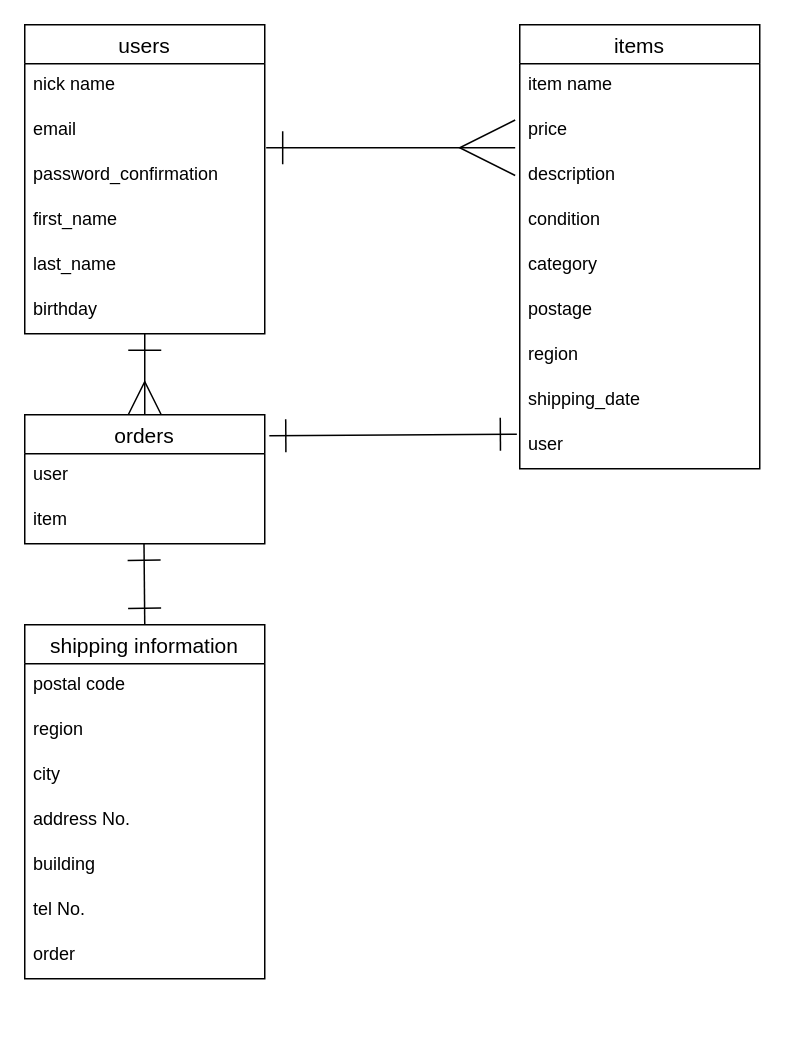
Above: ER.dio in TETSU-A7240/furima-39207 (draw.io), before the change. Source tidied: cells renumbered, new cells numbered last; positions are measured from the earlier drawing's top-left corner, leaving out a move shared by most shapes. Both pictures are drawn from the tidied source at 150%, with x=0, y=0 at pixel (24, 24).
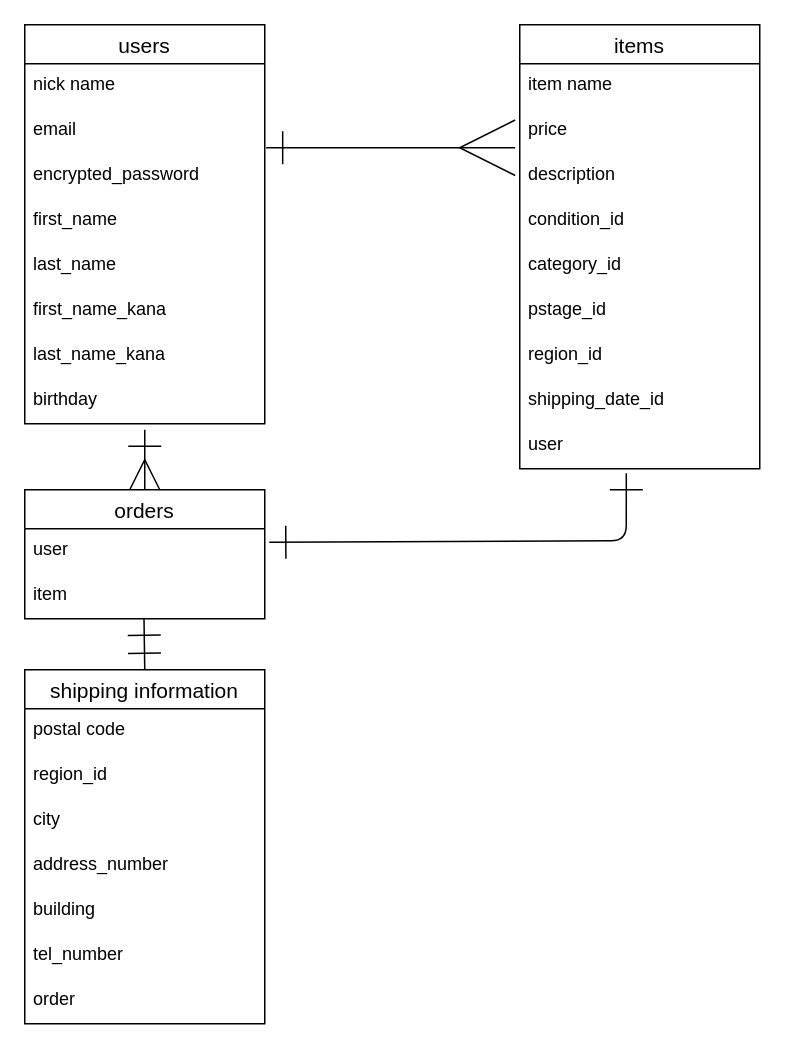
The same diagram, later.

Commit message (it also covers changes not shown here):
データベース設計再修正

Unchanged cells that the change refers to:
```xml
<mxCell id="9" value="items" style="swimlane;fontStyle=0;horizontal=1;startSize=26;align=center;fontSize=14;" parent="1" vertex="1">
  <mxGeometry x="330" width="160" height="296" as="geometry" />
</mxCell>
<mxCell id="18" value="user" style="text;strokeColor=none;fillColor=none;spacingLeft=4;spacingRight=4;overflow=hidden;points=[[0,0.5],[1,0.5]];portConstraint=eastwest;fontSize=12;" parent="9" vertex="1">
  <mxGeometry y="266" width="160" height="30" as="geometry" />
</mxCell>
<mxCell id="30" value="user" style="text;strokeColor=none;fillColor=none;spacingLeft=4;spacingRight=4;overflow=hidden;points=[[0,0.5],[1,0.5]];portConstraint=eastwest;fontSize=12;" parent="29" vertex="1">
  <mxGeometry y="26" width="160" height="30" as="geometry" />
</mxCell>
```

Diff of the diagram source:
```diff
@@
     <mxCell id="2" value="users" style="swimlane;fontStyle=0;horizontal=1;startSize=26;align=center;fontSize=14;" parent="1" vertex="1">
-      <mxGeometry width="160" height="206" as="geometry" />
+      <mxGeometry width="160" height="266" as="geometry" />
     </mxCell>
@@
-    <mxCell id="5" value="password_confirmation" style="text;strokeColor=none;fillColor=none;spacingLeft=4;spacingRight=4;overflow=hidden;points=[[0,0.5],[1,0.5]];portConstraint=eastwest;fontSize=12;" parent="2" vertex="1">
+    <mxCell id="5" value="encrypted_password" style="text;strokeColor=none;fillColor=none;spacingLeft=4;spacingRight=4;overflow=hidden;points=[[0,0.5],[1,0.5]];portConstraint=eastwest;fontSize=12;" parent="2" vertex="1">
       <mxGeometry y="86" width="160" height="30" as="geometry" />
     </mxCell>
@@
+    <mxCell id="34" value="first_name_kana" style="text;strokeColor=none;fillColor=none;spacingLeft=4;spacingRight=4;overflow=hidden;fontSize=12;" parent="2" vertex="1">
+      <mxGeometry y="176" width="160" height="30" as="geometry" />
+    </mxCell>
+    <mxCell id="35" value="last_name_kana" style="text;strokeColor=none;fillColor=none;spacingLeft=4;spacingRight=4;overflow=hidden;fontSize=12;" parent="2" vertex="1">
+      <mxGeometry y="206" width="160" height="30" as="geometry" />
+    </mxCell>
     <mxCell id="8" value="birthday" style="text;strokeColor=none;fillColor=none;spacingLeft=4;spacingRight=4;overflow=hidden;points=[[0,0.5],[1,0.5]];portConstraint=eastwest;fontSize=12;" parent="2" vertex="1">
-      <mxGeometry y="176" width="160" height="30" as="geometry" />
+      <mxGeometry y="236" width="160" height="30" as="geometry" />
     </mxCell>
@@
-    <mxCell id="13" value="condition" style="text;strokeColor=none;fillColor=none;spacingLeft=4;spacingRight=4;overflow=hidden;fontSize=12;" parent="9" vertex="1">
+    <mxCell id="13" value="condition_id" style="text;strokeColor=none;fillColor=none;spacingLeft=4;spacingRight=4;overflow=hidden;fontSize=12;" parent="9" vertex="1">
       <mxGeometry y="116" width="160" height="30" as="geometry" />
     </mxCell>
-    <mxCell id="14" value="category" style="text;strokeColor=none;fillColor=none;spacingLeft=4;spacingRight=4;overflow=hidden;fontSize=12;" parent="9" vertex="1">
+    <mxCell id="14" value="category_id" style="text;strokeColor=none;fillColor=none;spacingLeft=4;spacingRight=4;overflow=hidden;fontSize=12;" parent="9" vertex="1">
       <mxGeometry y="146" width="160" height="30" as="geometry" />
     </mxCell>
-    <mxCell id="15" value="postage" style="text;strokeColor=none;fillColor=none;spacingLeft=4;spacingRight=4;overflow=hidden;fontSize=12;" parent="9" vertex="1">
+    <mxCell id="15" value="pstage_id" style="text;strokeColor=none;fillColor=none;spacingLeft=4;spacingRight=4;overflow=hidden;fontSize=12;" parent="9" vertex="1">
       <mxGeometry y="176" width="160" height="30" as="geometry" />
     </mxCell>
-    <mxCell id="16" value="region" style="text;strokeColor=none;fillColor=none;spacingLeft=4;spacingRight=4;overflow=hidden;fontSize=12;" parent="9" vertex="1">
+    <mxCell id="16" value="region_id" style="text;strokeColor=none;fillColor=none;spacingLeft=4;spacingRight=4;overflow=hidden;fontSize=12;" parent="9" vertex="1">
       <mxGeometry y="206" width="160" height="30" as="geometry" />
     </mxCell>
-    <mxCell id="17" value="shipping_date" style="text;strokeColor=none;fillColor=none;spacingLeft=4;spacingRight=4;overflow=hidden;fontSize=12;" parent="9" vertex="1">
+    <mxCell id="17" value="shipping_date_id" style="text;strokeColor=none;fillColor=none;spacingLeft=4;spacingRight=4;overflow=hidden;fontSize=12;" parent="9" vertex="1">
       <mxGeometry y="236" width="160" height="30" as="geometry" />
     </mxCell>
@@
     <mxCell id="19" value="shipping information" style="swimlane;fontStyle=0;horizontal=1;startSize=26;align=center;fontSize=14;" parent="1" vertex="1">
-      <mxGeometry y="400" width="160" height="236" as="geometry" />
+      <mxGeometry y="430" width="160" height="236" as="geometry" />
     </mxCell>
@@
-    <mxCell id="21" value="region" style="text;strokeColor=none;fillColor=none;spacingLeft=4;spacingRight=4;overflow=hidden;fontSize=12;" parent="19" vertex="1">
+    <mxCell id="21" value="region_id" style="text;strokeColor=none;fillColor=none;spacingLeft=4;spacingRight=4;overflow=hidden;fontSize=12;" parent="19" vertex="1">
       <mxGeometry y="56" width="160" height="30" as="geometry" />
     </mxCell>
@@
-    <mxCell id="23" value="address No." style="text;strokeColor=none;fillColor=none;spacingLeft=4;spacingRight=4;overflow=hidden;fontSize=12;" parent="19" vertex="1">
+    <mxCell id="23" value="address_number" style="text;strokeColor=none;fillColor=none;spacingLeft=4;spacingRight=4;overflow=hidden;fontSize=12;" parent="19" vertex="1">
       <mxGeometry y="116" width="160" height="30" as="geometry" />
     </mxCell>
@@
-    <mxCell id="25" value="tel No." style="text;strokeColor=none;fillColor=none;spacingLeft=4;spacingRight=4;overflow=hidden;fontSize=12;" parent="19" vertex="1">
+    <mxCell id="25" value="tel_number" style="text;strokeColor=none;fillColor=none;spacingLeft=4;spacingRight=4;overflow=hidden;fontSize=12;" parent="19" vertex="1">
       <mxGeometry y="176" width="160" height="30" as="geometry" />
     </mxCell>
@@
-    <mxCell id="28" style="edgeStyle=none;html=1;strokeColor=default;startArrow=ERone;startFill=0;endArrow=ERone;endFill=0;startSize=20;endSize=20;entryX=1.019;entryY=0.163;entryDx=0;entryDy=0;exitX=-0.012;exitY=0.233;exitDx=0;exitDy=0;exitPerimeter=0;entryPerimeter=0;" parent="1" edge="1" source="18" target="29">
-      <mxGeometry relative="1" as="geometry" />
+    <mxCell id="28" style="edgeStyle=none;html=1;strokeColor=default;startArrow=ERone;startFill=0;endArrow=ERone;endFill=0;startSize=20;endSize=20;exitX=0.444;exitY=1.1;exitDx=0;exitDy=0;exitPerimeter=0;entryX=1.019;entryY=0.3;entryDx=0;entryDy=0;entryPerimeter=0;" parent="1" edge="1" source="18" target="30">
+      <mxGeometry relative="1" as="geometry">
+        <Array as="points">
+          <mxPoint x="401" y="344" />
+        </Array>
+      </mxGeometry>
     </mxCell>
     <mxCell id="29" value="orders" style="swimlane;fontStyle=0;horizontal=1;startSize=26;align=center;fontSize=14;" parent="1" vertex="1">
-      <mxGeometry y="260" width="160" height="86" as="geometry" />
+      <mxGeometry y="310" width="160" height="86" as="geometry" />
     </mxCell>
@@
     <mxCell id="32" style="edgeStyle=none;html=1;strokeColor=default;startArrow=ERone;startFill=0;endArrow=ERone;endFill=0;startSize=20;endSize=20;" parent="1" edge="1">
       <mxGeometry relative="1" as="geometry">
-        <mxPoint x="80" y="400" as="sourcePoint" />
-        <mxPoint x="79.5" y="346" as="targetPoint" />
+        <mxPoint x="80" y="430" as="sourcePoint" />
+        <mxPoint x="79.5" y="396" as="targetPoint" />
       </mxGeometry>
     </mxCell>
-    <mxCell id="33" style="endArrow=ERone;html=1;exitX=0.5;exitY=0;exitDx=0;exitDy=0;startArrow=ERmany;startFill=0;endFill=0;endSize=20;startSize=20;" parent="1" edge="1" source="29" target="8">
-      <mxGeometry relative="1" as="geometry" />
+    <mxCell id="33" style="endArrow=ERone;html=1;startArrow=ERmany;startFill=0;endFill=0;endSize=20;startSize=18;" parent="1" edge="1">
+      <mxGeometry relative="1" as="geometry">
+        <mxPoint x="80" y="310" as="sourcePoint" />
+        <mxPoint x="80" y="270" as="targetPoint" />
+      </mxGeometry>
     </mxCell>
```
